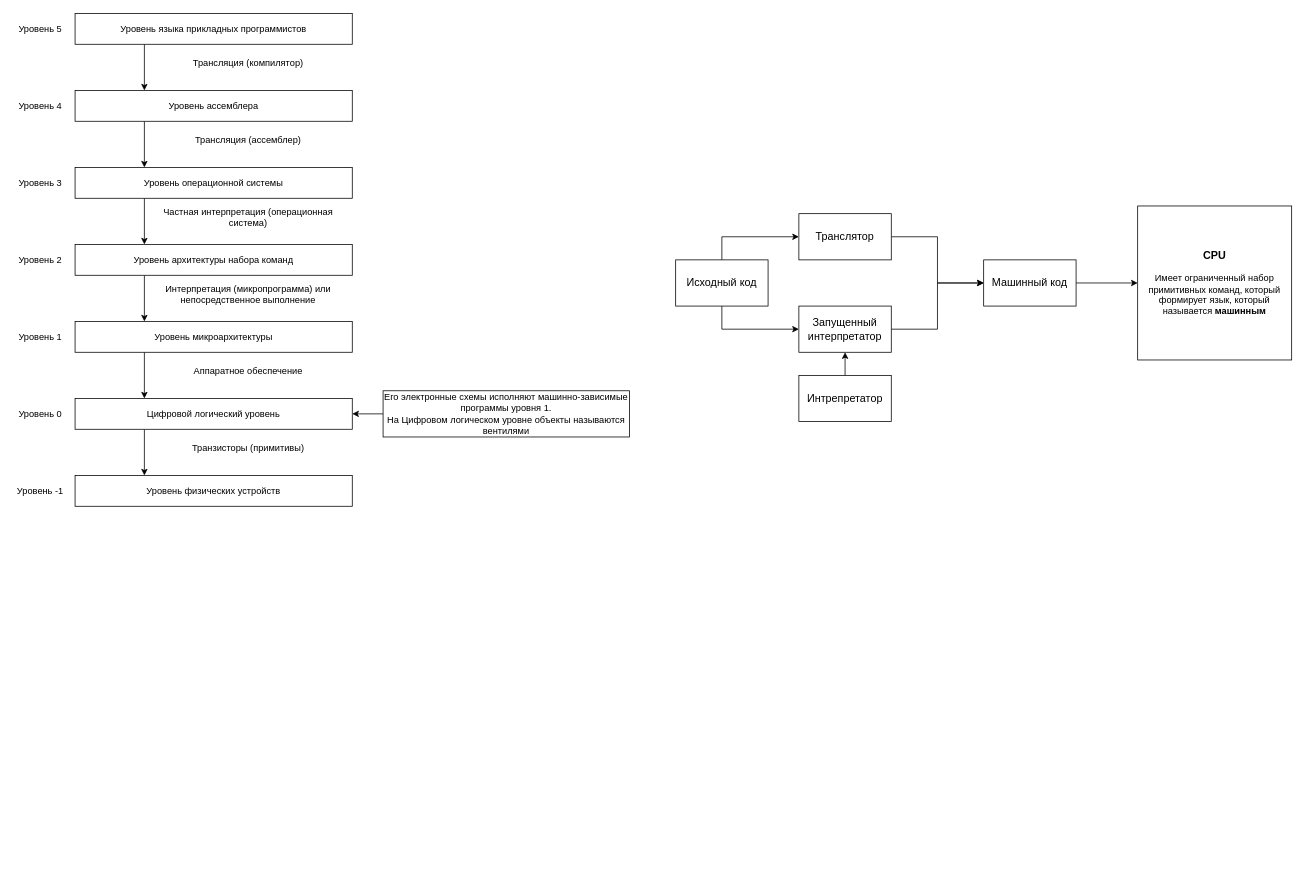
This is Tanenbaum.drawio from adorozhko/Tanenbaum, a draw.io file, before an edit. Source tidied: cells renumbered, new cells numbered last; positions are measured from the earlier drawing's top-left corner, leaving out a move shared by most shapes. Both pictures are drawn from the tidied source at 77%, with x=0, y=0 at pixel (13, 13).
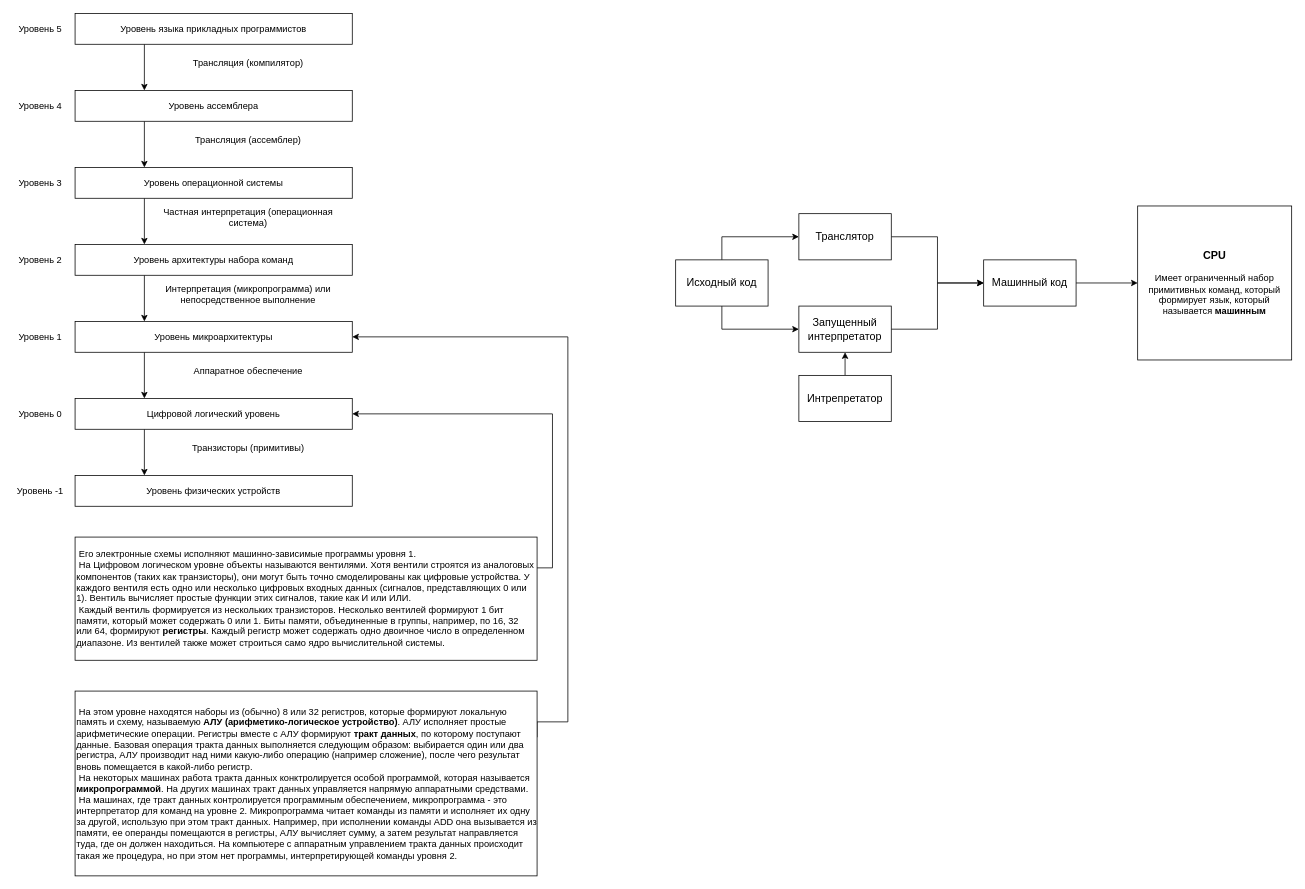
After the change.

Unchanged cells that the change refers to:
```xml
<mxCell id="31" value="Уровень микроархитектуры" style="rounded=0;whiteSpace=wrap;html=1;" parent="1" vertex="1">
  <mxGeometry x="80" y="400" width="360" height="40" as="geometry" />
</mxCell>
<mxCell id="35" value="Цифровой логический уровень" style="rounded=0;whiteSpace=wrap;html=1;" parent="1" vertex="1">
  <mxGeometry x="80" y="500" width="360" height="40" as="geometry" />
</mxCell>
```

Diff of the diagram source:
```diff
@@
-    <mxCell id="39" style="edgeStyle=orthogonalEdgeStyle;rounded=0;jettySize=auto;html=1;exitX=0;exitY=0.5;exitDx=0;exitDy=0;entryX=1;entryY=0.5;entryDx=0;entryDy=0;" parent="1" edge="1" source="40" target="35">
+    <mxCell id="39" style="edgeStyle=orthogonalEdgeStyle;rounded=0;jettySize=auto;html=1;exitX=1;exitY=0.25;exitDx=0;exitDy=0;entryX=1;entryY=0.5;entryDx=0;entryDy=0;" parent="1" edge="1" source="40" target="35">
       <mxGeometry relative="1" as="geometry" />
     </mxCell>
-    <mxCell id="40" value="Его электронные схемы исполняют машинно-зависимые программы уровня 1.&lt;br&gt;На Цифровом логическом уровне объекты называются вентилями" style="rounded=0;whiteSpace=wrap;html=1;" parent="1" vertex="1">
-      <mxGeometry x="480" y="490" width="320" height="60" as="geometry" />
+    <mxCell id="40" value=" &lt;span style=&quot;white-space: pre&quot;&gt; &lt;/span&gt;Его электронные схемы исполняют машинно-зависимые программы уровня 1.&lt;br&gt; &lt;span style=&quot;white-space: pre&quot;&gt; &lt;/span&gt;На Цифровом логическом уровне объекты называются вентилями. Хотя вентили строятся из аналоговых компонентов (таких как транзисторы), они могут быть точно смоделированы как цифровые устройства. У каждого вентиля есть одно или несколько цифровых входных данных (сигналов, представляющих 0 или 1). Вентиль вычисляет простые функции этих сигналов, такие как И или ИЛИ.&lt;br&gt; &lt;span style=&quot;white-space: pre&quot;&gt; &lt;/span&gt;Каждый вентиль формируется из нескольких транзисторов. Несколько вентилей формируют 1 бит памяти, который может содержать 0 или 1. Биты памяти, объединенные в группы, например, по 16, 32 или 64, формируют &lt;b&gt;регистры&lt;/b&gt;. Каждый регистр может содержать одно двоичное число в определенном диапазоне. Из вентилей также может строиться само ядро вычислительной системы." style="rounded=0;whiteSpace=wrap;html=1;align=left;" parent="1" vertex="1">
+      <mxGeometry x="80" y="680" width="600" height="160" as="geometry" />
     </mxCell>
@@
+    <mxCell id="42" style="edgeStyle=orthogonalEdgeStyle;rounded=0;jettySize=auto;html=1;exitX=1;exitY=0.25;exitDx=0;exitDy=0;entryX=1;entryY=0.5;entryDx=0;entryDy=0;" parent="1" edge="1" source="43" target="31">
+      <mxGeometry relative="1" as="geometry">
+        <Array as="points">
+          <mxPoint x="720" y="920" />
+          <mxPoint x="720" y="420" />
+        </Array>
+      </mxGeometry>
+    </mxCell>
+    <mxCell id="43" value="&lt;span&gt; &lt;/span&gt;&lt;span style=&quot;white-space: pre&quot;&gt; &lt;/span&gt;На этом уровне находятся наборы из (обычно) 8 или 32 регистров, которые формируют локальную память и схему, называемую&amp;nbsp;&lt;b&gt;АЛУ (арифметико-логическое устройство)&lt;/b&gt;. АЛУ исполняет простые арифметические операции. Регистры вместе с АЛУ формируют &lt;b&gt;тракт данных&lt;/b&gt;, по которому поступают данные. Базовая операция тракта данных выполняется следующим образом: выбирается один или два регистра, АЛУ производит над ними какую-либо операцию (например сложение), после чего результат вновь помещается в какой-либо регистр.&lt;br&gt;&lt;span&gt; &lt;/span&gt;&lt;span style=&quot;white-space: pre&quot;&gt; &lt;/span&gt;На некоторых машинах работа тракта данных конктролируется особой программой, которая называется &lt;b&gt;микропрограммой&lt;/b&gt;. На других машинах тракт данных управляется напрямую аппаратными средствами.&lt;br&gt;&lt;span&gt; &lt;span style=&quot;white-space: pre&quot;&gt; &lt;/span&gt;На машинах, где тракт данных контролируется программным обеспечением, микропрограмма - это интерпретатор для команд на уровне 2. Микропрограмма читает команды из памяти и исполняет их одну за другой, использую при этом тракт данных. Например, при исполнении команды ADD она вызывается из памяти, ее операнды помещаются в регистры, АЛУ вычисляет сумму, а затем результат направляется туда, где он должен находиться. На компьютере с аппаратным управлением тракта данных происходит такая же процедура, но при этом нет программы, интерпретирующей команды уровня 2.&lt;/span&gt;&lt;span&gt;&lt;br&gt;&lt;/span&gt;" style="rounded=0;whiteSpace=wrap;html=1;align=left;" parent="1" vertex="1">
+      <mxGeometry x="80" y="880" width="600" height="240" as="geometry" />
+    </mxCell>
```
